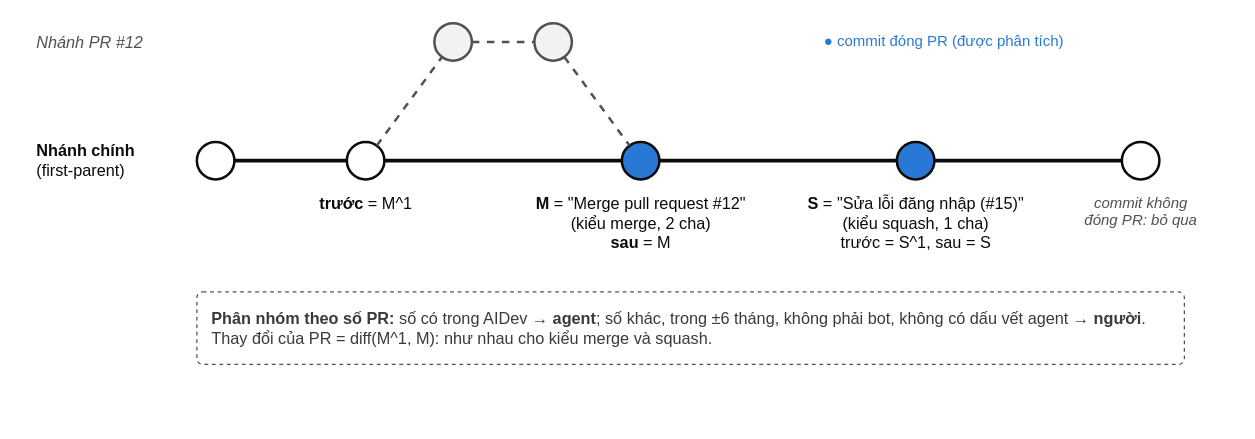
Before: results/figures/src/fig_pr_identification.drawio in Russell1817/XOI-MON-KIEN-TRUC-DO-AI-AGENT, a draw.io diagram. Source tidied: cells renumbered, new cells numbered last; positions are measured from the earlier drawing's top-left corner, leaving out a move shared by most shapes. Both pictures are drawn from the tidied source at 125%, with x=0, y=0 at pixel (34, 22).
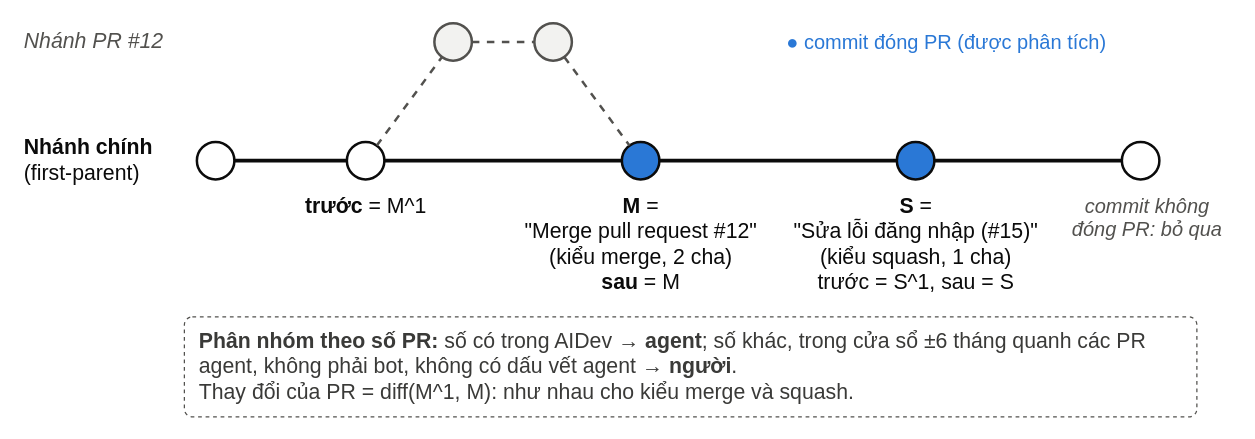
The same diagram, later.

What changed in the source:
```diff
@@
-    <mxCell id="2" value="&lt;b&gt;Nhánh chính&lt;/b&gt;&lt;br&gt;(first-parent)" style="text;html=1;align=left;verticalAlign=middle;fontFamily=Arial;fontSize=13;fontColor=#0B0B0B;" parent="1" vertex="1">
-      <mxGeometry y="90" width="110" height="40" as="geometry" />
+    <mxCell id="2" value="&lt;b&gt;Nhánh chính&lt;/b&gt;&lt;br&gt;(first-parent)" style="text;html=1;align=left;verticalAlign=middle;fontFamily=Arial;fontSize=17;fontColor=#0B0B0B;" parent="1" vertex="1">
+      <mxGeometry x="-10" y="85" width="130" height="50" as="geometry" />
     </mxCell>
-    <mxCell id="3" value="Nhánh PR #12" style="text;html=1;align=left;verticalAlign=middle;fontFamily=Arial;fontSize=13;fontStyle=2;fontColor=#52514E;" parent="1" vertex="1">
-      <mxGeometry width="110" height="30" as="geometry" />
+    <mxCell id="3" value="Nhánh PR #12" style="text;html=1;align=left;verticalAlign=middle;fontFamily=Arial;fontSize=17;fontStyle=2;fontColor=#52514E;" parent="1" vertex="1">
+      <mxGeometry x="-10" width="130" height="30" as="geometry" />
     </mxCell>
@@
-    <mxCell id="18" value="&lt;b&gt;trước&lt;/b&gt; = M^1" style="text;html=1;align=center;verticalAlign=top;fontFamily=Arial;fontSize=13;fontColor=#0B0B0B;" parent="1" vertex="1">
-      <mxGeometry x="210" y="130" width="110" height="24" as="geometry" />
+    <mxCell id="18" value="&lt;b&gt;trước&lt;/b&gt; = M^1" style="text;html=1;align=center;verticalAlign=top;fontFamily=Arial;fontSize=17;fontColor=#0B0B0B;" parent="1" vertex="1">
+      <mxGeometry x="195" y="130" width="140" height="26" as="geometry" />
     </mxCell>
-    <mxCell id="19" value="&lt;b&gt;M&lt;/b&gt; = &quot;Merge pull request #12&quot;&lt;br&gt;(kiểu merge, 2 cha)&lt;br&gt;&lt;b&gt;sau&lt;/b&gt; = M" style="text;html=1;align=center;verticalAlign=top;fontFamily=Arial;fontSize=13;fontColor=#0B0B0B;" parent="1" vertex="1">
-      <mxGeometry x="385" y="130" width="200" height="60" as="geometry" />
+    <mxCell id="19" value="&lt;b&gt;M&lt;/b&gt; =&lt;br&gt;&quot;Merge pull request #12&quot;&lt;br&gt;(kiểu merge, 2 cha)&lt;br&gt;&lt;b&gt;sau&lt;/b&gt; = M" style="text;html=1;align=center;verticalAlign=top;fontFamily=Arial;fontSize=17;fontColor=#0B0B0B;" parent="1" vertex="1">
+      <mxGeometry x="370" y="130" width="230" height="86" as="geometry" />
     </mxCell>
-    <mxCell id="20" value="&lt;b&gt;S&lt;/b&gt; = &quot;Sửa lỗi đăng nhập (#15)&quot;&lt;br&gt;(kiểu squash, 1 cha)&lt;br&gt;trước = S^1, sau = S" style="text;html=1;align=center;verticalAlign=top;fontFamily=Arial;fontSize=13;fontColor=#0B0B0B;" parent="1" vertex="1">
-      <mxGeometry x="605" y="130" width="200" height="60" as="geometry" />
+    <mxCell id="20" value="&lt;b&gt;S&lt;/b&gt; =&lt;br&gt;&quot;Sửa lỗi đăng nhập (#15)&quot;&lt;br&gt;(kiểu squash, 1 cha)&lt;br&gt;trước = S^1, sau = S" style="text;html=1;align=center;verticalAlign=top;fontFamily=Arial;fontSize=17;fontColor=#0B0B0B;" parent="1" vertex="1">
+      <mxGeometry x="590" y="130" width="230" height="86" as="geometry" />
     </mxCell>
-    <mxCell id="21" value="commit không&lt;br&gt;đóng PR: bỏ qua" style="text;html=1;align=center;verticalAlign=top;fontFamily=Arial;fontSize=12;fontStyle=2;fontColor=#52514E;" parent="1" vertex="1">
-      <mxGeometry x="830" y="130" width="110" height="40" as="geometry" />
+    <mxCell id="21" value="commit không&lt;br&gt;đóng PR: bỏ qua" style="text;html=1;align=center;verticalAlign=top;fontFamily=Arial;fontSize=16;fontStyle=2;fontColor=#52514E;" parent="1" vertex="1">
+      <mxGeometry x="820" y="130" width="140" height="50" as="geometry" />
     </mxCell>
-    <mxCell id="22" value="&lt;b&gt;Phân nhóm theo số PR:&lt;/b&gt; số có trong AIDev → &lt;b&gt;agent&lt;/b&gt;; số khác, trong ±6 tháng, không phải bot, không có dấu vết agent → &lt;b&gt;người&lt;/b&gt;.&lt;br&gt;Thay đổi của PR = diff(M^1, M): như nhau cho kiểu merge và squash." style="rounded=1;whiteSpace=wrap;html=1;arcSize=8;fillColor=#FFFFFF;strokeColor=#52514E;dashed=1;fontFamily=Arial;fontSize=13;fontColor=#3A3A38;align=left;spacingLeft=10;" parent="1" vertex="1">
-      <mxGeometry x="130" y="215" width="790" height="58" as="geometry" />
+    <mxCell id="22" value="&lt;b&gt;Phân nhóm theo số PR:&lt;/b&gt; số có trong AIDev → &lt;b&gt;agent&lt;/b&gt;; số khác, trong cửa sổ ±6 tháng quanh các PR agent, không phải bot, không có dấu vết agent → &lt;b&gt;người&lt;/b&gt;.&lt;br&gt;Thay đổi của PR = diff(M^1, M): như nhau cho kiểu merge và squash." style="rounded=1;whiteSpace=wrap;html=1;arcSize=8;fillColor=#FFFFFF;strokeColor=#52514E;dashed=1;fontFamily=Arial;fontSize=17;fontColor=#3A3A38;align=left;spacingLeft=10;" parent="1" vertex="1">
+      <mxGeometry x="120" y="235" width="810" height="80" as="geometry" />
     </mxCell>
-    <mxCell id="23" value="● commit đóng PR (được phân tích)" style="text;html=1;align=left;verticalAlign=middle;fontFamily=Arial;fontSize=12;fontColor=#2A78D6;" parent="1" vertex="1">
-      <mxGeometry x="630" width="290" height="30" as="geometry" />
+    <mxCell id="23" value="● commit đóng PR (được phân tích)" style="text;html=1;align=left;verticalAlign=middle;fontFamily=Arial;fontSize=16;fontColor=#2A78D6;" parent="1" vertex="1">
+      <mxGeometry x="600" width="350" height="30" as="geometry" />
     </mxCell>
```
